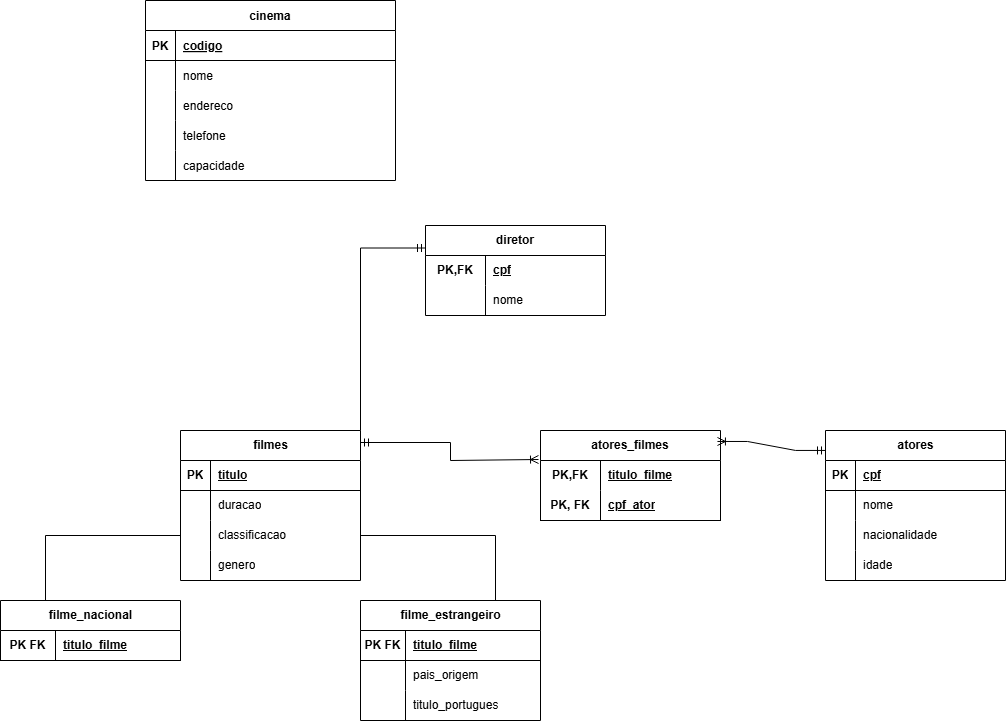
Above: cinema.drawio.png in NathanAzvdo/Atividade-Banco-de-dados (draw.io), before the change. Source tidied: cells renumbered, new cells last; positions are measured from the earlier drawing's top-left corner, leaving out a move shared by most shapes.
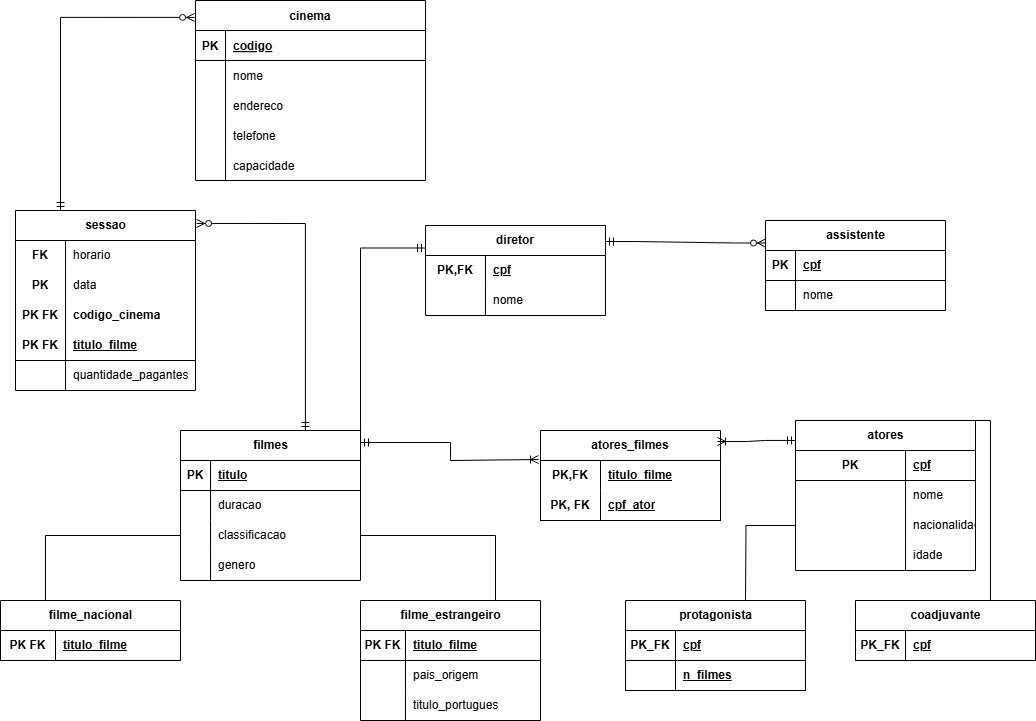
The same file after the commit.

Diff of the diagram source:
```diff
@@ -3,52 +3,52 @@
     <mxCell id="0" />
     <mxCell id="1" parent="0" />
     <mxCell id="2" value="cinema" style="shape=table;startSize=30;rowLines=0;fontStyle=1;align=center;" parent="1" vertex="1">
-      <mxGeometry x="145" width="250" height="180" as="geometry" />
+      <mxGeometry x="195" width="230" height="180" as="geometry" />
     </mxCell>
     <mxCell id="3" style="shape=partialRectangle;fillColor=none;top=0;left=0;right=0;bottom=1;" parent="2" vertex="1">
-      <mxGeometry y="30" width="250" height="30" as="geometry" />
+      <mxGeometry y="30" width="230" height="30" as="geometry" />
     </mxCell>
     <mxCell id="4" value="PK" style="shape=partialRectangle;overflow=hidden;fillColor=none;top=0;left=0;bottom=0;right=0;fontStyle=1;" parent="3" vertex="1">
       <mxGeometry width="30" height="30" as="geometry" />
     </mxCell>
     <mxCell id="5" value="codigo" style="shape=partialRectangle;overflow=hidden;fillColor=none;top=0;left=0;bottom=0;right=0;align=left;spacingLeft=6;fontStyle=5;" parent="3" vertex="1">
-      <mxGeometry x="30" width="220" height="30" as="geometry" />
+      <mxGeometry x="30" width="200" height="30" as="geometry" />
     </mxCell>
     <mxCell id="6" style="shape=partialRectangle;fillColor=none;top=0;left=0;right=0;bottom=0;" parent="2" vertex="1">
-      <mxGeometry y="60" width="250" height="30" as="geometry" />
+      <mxGeometry y="60" width="230" height="30" as="geometry" />
     </mxCell>
     <mxCell id="7" style="shape=partialRectangle;overflow=hidden;fillColor=none;top=0;left=0;bottom=0;right=0;" parent="6" vertex="1">
       <mxGeometry width="30" height="30" as="geometry" />
     </mxCell>
     <mxCell id="8" value="nome" style="shape=partialRectangle;overflow=hidden;fillColor=none;top=0;left=0;bottom=0;right=0;align=left;spacingLeft=6;" parent="6" vertex="1">
-      <mxGeometry x="30" width="220" height="30" as="geometry" />
+      <mxGeometry x="30" width="200" height="30" as="geometry" />
     </mxCell>
     <mxCell id="9" style="shape=partialRectangle;fillColor=none;top=0;left=0;right=0;bottom=0;" parent="2" vertex="1">
-      <mxGeometry y="90" width="250" height="30" as="geometry" />
+      <mxGeometry y="90" width="230" height="30" as="geometry" />
     </mxCell>
     <mxCell id="10" style="shape=partialRectangle;overflow=hidden;fillColor=none;top=0;left=0;bottom=0;right=0;" parent="9" vertex="1">
       <mxGeometry width="30" height="30" as="geometry" />
     </mxCell>
     <mxCell id="11" value="endereco" style="shape=partialRectangle;overflow=hidden;fillColor=none;top=0;left=0;bottom=0;right=0;align=left;spacingLeft=6;" parent="9" vertex="1">
-      <mxGeometry x="30" width="220" height="30" as="geometry" />
+      <mxGeometry x="30" width="200" height="30" as="geometry" />
     </mxCell>
     <mxCell id="12" style="shape=partialRectangle;fillColor=none;top=0;left=0;right=0;bottom=0;" parent="2" vertex="1">
-      <mxGeometry y="120" width="250" height="30" as="geometry" />
+      <mxGeometry y="120" width="230" height="30" as="geometry" />
     </mxCell>
     <mxCell id="13" style="shape=partialRectangle;overflow=hidden;fillColor=none;top=0;left=0;bottom=0;right=0;" parent="12" vertex="1">
       <mxGeometry width="30" height="30" as="geometry" />
     </mxCell>
     <mxCell id="14" value="telefone" style="shape=partialRectangle;overflow=hidden;fillColor=none;top=0;left=0;bottom=0;right=0;align=left;spacingLeft=6;" parent="12" vertex="1">
-      <mxGeometry x="30" width="220" height="30" as="geometry" />
+      <mxGeometry x="30" width="200" height="30" as="geometry" />
     </mxCell>
     <mxCell id="15" style="shape=partialRectangle;fillColor=none;top=0;left=0;right=0;bottom=0;" parent="2" vertex="1">
-      <mxGeometry y="150" width="250" height="30" as="geometry" />
+      <mxGeometry y="150" width="230" height="30" as="geometry" />
     </mxCell>
     <mxCell id="16" style="shape=partialRectangle;overflow=hidden;fillColor=none;top=0;left=0;bottom=0;right=0;" parent="15" vertex="1">
       <mxGeometry width="30" height="30" as="geometry" />
     </mxCell>
     <mxCell id="17" value="capacidade" style="shape=partialRectangle;overflow=hidden;fillColor=none;top=0;left=0;bottom=0;right=0;align=left;spacingLeft=6;" parent="15" vertex="1">
-      <mxGeometry x="30" width="220" height="30" as="geometry" />
+      <mxGeometry x="30" width="200" height="30" as="geometry" />
     </mxCell>
     <mxCell id="18" value="filmes" style="shape=table;startSize=30;rowLines=0;fontStyle=1;align=center;html=1;" parent="1" vertex="1">
       <mxGeometry x="180" y="430" width="180" height="150" as="geometry" />
@@ -138,43 +138,43 @@
       <mxGeometry x="45" width="135" height="30" as="geometry" />
     </mxCell>
     <mxCell id="47" value="atores" style="shape=table;startSize=30;rowLines=0;fontStyle=1;align=center;html=1;" parent="1" vertex="1">
-      <mxGeometry x="825" y="430" width="180" height="150" as="geometry" />
+      <mxGeometry x="795" y="420" width="180" height="150" as="geometry" />
     </mxCell>
     <mxCell id="48" style="shape=tableRow;horizontal=0;startSize=0;swimlaneHead=0;swimlaneBody=0;fillColor=none;top=0;left=0;right=0;bottom=1;" parent="47" vertex="1">
       <mxGeometry y="30" width="180" height="30" as="geometry" />
     </mxCell>
     <mxCell id="49" value="PK" style="shape=partialRectangle;fillColor=none;top=0;left=0;bottom=0;right=0;fontStyle=1;overflow=hidden;whiteSpace=wrap;html=1;" parent="48" vertex="1">
-      <mxGeometry width="30" height="30" as="geometry" />
+      <mxGeometry width="110" height="30" as="geometry" />
     </mxCell>
     <mxCell id="50" value="cpf" style="shape=partialRectangle;fillColor=none;top=0;left=0;bottom=0;right=0;align=left;spacingLeft=6;fontStyle=5;overflow=hidden;whiteSpace=wrap;html=1;" parent="48" vertex="1">
-      <mxGeometry x="30" width="150" height="30" as="geometry" />
+      <mxGeometry x="110" width="70" height="30" as="geometry" />
     </mxCell>
     <mxCell id="51" style="shape=tableRow;horizontal=0;startSize=0;swimlaneHead=0;swimlaneBody=0;fillColor=none;top=0;left=0;right=0;bottom=0;" parent="47" vertex="1">
       <mxGeometry y="60" width="180" height="30" as="geometry" />
     </mxCell>
     <mxCell id="52" style="shape=partialRectangle;fillColor=none;top=0;left=0;bottom=0;right=0;overflow=hidden;whiteSpace=wrap;html=1;" parent="51" vertex="1">
-      <mxGeometry width="30" height="30" as="geometry" />
+      <mxGeometry width="110" height="30" as="geometry" />
     </mxCell>
     <mxCell id="53" value="nome" style="shape=partialRectangle;fillColor=none;top=0;left=0;bottom=0;right=0;align=left;spacingLeft=6;overflow=hidden;whiteSpace=wrap;html=1;" parent="51" vertex="1">
-      <mxGeometry x="30" width="150" height="30" as="geometry" />
+      <mxGeometry x="110" width="70" height="30" as="geometry" />
     </mxCell>
     <mxCell id="54" style="shape=tableRow;horizontal=0;startSize=0;swimlaneHead=0;swimlaneBody=0;fillColor=none;points=[[0,0.5],[1,0.5]];portConstraint=eastwest;top=0;left=0;right=0;bottom=0;" parent="47" vertex="1">
       <mxGeometry y="90" width="180" height="30" as="geometry" />
     </mxCell>
     <mxCell id="55" style="shape=partialRectangle;fillColor=none;top=0;left=0;bottom=0;right=0;overflow=hidden;whiteSpace=wrap;html=1;" parent="54" vertex="1">
-      <mxGeometry width="30" height="30" as="geometry" />
+      <mxGeometry width="110" height="30" as="geometry" />
     </mxCell>
     <mxCell id="56" value="nacionalidade" style="shape=partialRectangle;fillColor=none;top=0;left=0;bottom=0;right=0;align=left;spacingLeft=6;overflow=hidden;whiteSpace=wrap;html=1;" parent="54" vertex="1">
-      <mxGeometry x="30" width="150" height="30" as="geometry" />
+      <mxGeometry x="110" width="70" height="30" as="geometry" />
     </mxCell>
     <mxCell id="57" style="shape=tableRow;horizontal=0;startSize=0;swimlaneHead=0;swimlaneBody=0;fillColor=none;top=0;left=0;right=0;bottom=0;" parent="47" vertex="1">
       <mxGeometry y="120" width="180" height="30" as="geometry" />
     </mxCell>
     <mxCell id="58" style="shape=partialRectangle;fillColor=none;top=0;left=0;bottom=0;right=0;overflow=hidden;whiteSpace=wrap;html=1;" parent="57" vertex="1">
-      <mxGeometry width="30" height="30" as="geometry" />
+      <mxGeometry width="110" height="30" as="geometry" />
     </mxCell>
     <mxCell id="59" value="idade" style="shape=partialRectangle;fillColor=none;top=0;left=0;bottom=0;right=0;align=left;spacingLeft=6;overflow=hidden;whiteSpace=wrap;html=1;" parent="57" vertex="1">
-      <mxGeometry x="30" width="150" height="30" as="geometry" />
+      <mxGeometry x="110" width="70" height="30" as="geometry" />
     </mxCell>
     <mxCell id="60" value="atores_filmes" style="shape=table;startSize=30;rowLines=0;fontStyle=1;align=center;html=1;whiteSpace=wrap;" parent="1" vertex="1">
       <mxGeometry x="540" y="430" width="180" height="90" as="geometry" />
@@ -232,5 +232,136 @@
     <mxCell id="76" style="edgeStyle=orthogonalEdgeStyle;fontSize=12;html=1;endArrow=ERmandOne;rounded=0;entryX=0;entryY=0.25;entryDx=0;entryDy=0;exitX=1;exitY=0;exitDx=0;exitDy=0;" parent="1" edge="1" source="18" target="69">
       <mxGeometry relative="1" as="geometry" />
     </mxCell>
+    <mxCell id="77" value="assistente" style="shape=table;startSize=30;rowLines=0;fontStyle=1;align=center;html=1;" parent="1" vertex="1">
+      <mxGeometry x="765" y="220" width="180" height="90" as="geometry" />
+    </mxCell>
+    <mxCell id="78" style="shape=tableRow;horizontal=0;startSize=0;swimlaneHead=0;swimlaneBody=0;fillColor=none;top=0;left=0;right=0;bottom=1;" parent="77" vertex="1">
+      <mxGeometry y="30" width="180" height="30" as="geometry" />
+    </mxCell>
+    <mxCell id="79" value="PK" style="shape=partialRectangle;fillColor=none;top=0;left=0;bottom=0;right=0;fontStyle=1;overflow=hidden;whiteSpace=wrap;html=1;" parent="78" vertex="1">
+      <mxGeometry width="30" height="30" as="geometry" />
+    </mxCell>
+    <mxCell id="80" value="cpf" style="shape=partialRectangle;fillColor=none;top=0;left=0;bottom=0;right=0;align=left;spacingLeft=6;fontStyle=5;overflow=hidden;whiteSpace=wrap;html=1;" parent="78" vertex="1">
+      <mxGeometry x="30" width="150" height="30" as="geometry" />
+    </mxCell>
+    <mxCell id="81" style="shape=tableRow;horizontal=0;startSize=0;swimlaneHead=0;swimlaneBody=0;fillColor=none;top=0;left=0;right=0;bottom=0;" parent="77" vertex="1">
+      <mxGeometry y="60" width="180" height="30" as="geometry" />
+    </mxCell>
+    <mxCell id="82" style="shape=partialRectangle;fillColor=none;top=0;left=0;bottom=0;right=0;overflow=hidden;whiteSpace=wrap;html=1;" parent="81" vertex="1">
+      <mxGeometry width="30" height="30" as="geometry" />
+    </mxCell>
+    <mxCell id="83" value="nome" style="shape=partialRectangle;fillColor=none;top=0;left=0;bottom=0;right=0;align=left;spacingLeft=6;overflow=hidden;whiteSpace=wrap;html=1;" parent="81" vertex="1">
+      <mxGeometry x="30" width="150" height="30" as="geometry" />
+    </mxCell>
+    <mxCell id="84" style="edgeStyle=entityRelationEdgeStyle;fontSize=12;html=1;endArrow=ERzeroToMany;startArrow=ERmandOne;rounded=0;exitX=1;exitY=0.178;exitDx=0;exitDy=0;exitPerimeter=0;entryX=0;entryY=0.25;entryDx=0;entryDy=0;" parent="1" edge="1" source="69" target="77">
+      <mxGeometry relative="1" as="geometry" />
+    </mxCell>
+    <mxCell id="85" value="sessao" style="shape=table;startSize=30;rowLines=0;fontStyle=1;align=center;html=1;" parent="1" vertex="1">
+      <mxGeometry x="15" y="210" width="180" height="180" as="geometry" />
+    </mxCell>
+    <mxCell id="86" style="shape=tableRow;horizontal=0;startSize=0;swimlaneHead=0;swimlaneBody=0;fillColor=none;top=0;left=0;right=0;bottom=0;" parent="85" vertex="1">
+      <mxGeometry y="30" width="180" height="30" as="geometry" />
+    </mxCell>
+    <mxCell id="87" value="FK" style="shape=partialRectangle;fillColor=none;top=0;left=0;bottom=0;right=0;fontStyle=1;overflow=hidden;whiteSpace=wrap;html=1;" parent="86" vertex="1">
+      <mxGeometry width="50" height="30" as="geometry" />
+    </mxCell>
+    <mxCell id="88" value="horario" style="shape=partialRectangle;fillColor=none;top=0;left=0;bottom=0;right=0;align=left;spacingLeft=6;fontStyle=0;overflow=hidden;whiteSpace=wrap;html=1;" parent="86" vertex="1">
+      <mxGeometry x="50" width="130" height="30" as="geometry" />
+    </mxCell>
+    <mxCell id="89" style="shape=tableRow;horizontal=0;startSize=0;swimlaneHead=0;swimlaneBody=0;fillColor=none;top=0;left=0;right=0;bottom=0;" parent="85" vertex="1">
+      <mxGeometry y="60" width="180" height="30" as="geometry" />
+    </mxCell>
+    <mxCell id="90" value="PK" style="shape=partialRectangle;fillColor=none;top=0;left=0;bottom=0;right=0;fontStyle=1;overflow=hidden;whiteSpace=wrap;html=1;" parent="89" vertex="1">
+      <mxGeometry width="50" height="30" as="geometry" />
+    </mxCell>
+    <mxCell id="91" value="data" style="shape=partialRectangle;fillColor=none;top=0;left=0;bottom=0;right=0;align=left;spacingLeft=6;fontStyle=0;overflow=hidden;whiteSpace=wrap;html=1;" parent="89" vertex="1">
+      <mxGeometry x="50" width="130" height="30" as="geometry" />
+    </mxCell>
+    <mxCell id="92" style="shape=tableRow;horizontal=0;startSize=0;swimlaneHead=0;swimlaneBody=0;fillColor=none;top=0;left=0;right=0;bottom=0;" parent="85" vertex="1">
+      <mxGeometry y="90" width="180" height="30" as="geometry" />
+    </mxCell>
+    <mxCell id="93" value="PK FK" style="shape=partialRectangle;fillColor=none;top=0;left=0;bottom=0;right=0;fontStyle=1;overflow=hidden;whiteSpace=wrap;html=1;" parent="92" vertex="1">
+      <mxGeometry width="50" height="30" as="geometry" />
+    </mxCell>
+    <mxCell id="94" value="codigo_cinema" style="shape=partialRectangle;fillColor=none;top=0;left=0;bottom=0;right=0;align=left;spacingLeft=6;fontStyle=1;overflow=hidden;whiteSpace=wrap;html=1;" parent="92" vertex="1">
+      <mxGeometry x="50" width="130" height="30" as="geometry" />
+    </mxCell>
+    <mxCell id="95" style="shape=tableRow;horizontal=0;startSize=0;swimlaneHead=0;swimlaneBody=0;fillColor=none;top=0;left=0;right=0;bottom=1;" parent="85" vertex="1">
+      <mxGeometry y="120" width="180" height="30" as="geometry" />
+    </mxCell>
+    <mxCell id="96" value="PK FK" style="shape=partialRectangle;fillColor=none;top=0;left=0;bottom=0;right=0;fontStyle=1;overflow=hidden;whiteSpace=wrap;html=1;" parent="95" vertex="1">
+      <mxGeometry width="50" height="30" as="geometry" />
+    </mxCell>
+    <mxCell id="97" value="titulo_filme" style="shape=partialRectangle;fillColor=none;top=0;left=0;bottom=0;right=0;align=left;spacingLeft=6;fontStyle=5;overflow=hidden;whiteSpace=wrap;html=1;" parent="95" vertex="1">
+      <mxGeometry x="50" width="130" height="30" as="geometry" />
+    </mxCell>
+    <mxCell id="98" style="shape=tableRow;horizontal=0;startSize=0;swimlaneHead=0;swimlaneBody=0;fillColor=none;top=0;left=0;right=0;bottom=0;" parent="85" vertex="1">
+      <mxGeometry y="150" width="180" height="30" as="geometry" />
+    </mxCell>
+    <mxCell id="99" style="shape=partialRectangle;fillColor=none;top=0;left=0;bottom=0;right=0;overflow=hidden;whiteSpace=wrap;html=1;" parent="98" vertex="1">
+      <mxGeometry width="50" height="30" as="geometry" />
+    </mxCell>
+    <mxCell id="100" value="quantidade_pagantes" style="shape=partialRectangle;fillColor=none;top=0;left=0;bottom=0;right=0;align=left;spacingLeft=6;overflow=hidden;whiteSpace=wrap;html=1;" parent="98" vertex="1">
+      <mxGeometry x="50" width="130" height="30" as="geometry" />
+    </mxCell>
+    <mxCell id="101" style="fontSize=12;html=1;endArrow=ERzeroToMany;startArrow=ERmandOne;rounded=0;exitX=0.694;exitY=0;exitDx=0;exitDy=0;exitPerimeter=0;entryX=1.006;entryY=0.072;entryDx=0;entryDy=0;entryPerimeter=0;edgeStyle=orthogonalEdgeStyle;" parent="1" edge="1" source="18" target="85">
+      <mxGeometry relative="1" as="geometry">
+        <Array as="points">
+          <mxPoint x="305" y="223" />
+        </Array>
+      </mxGeometry>
+    </mxCell>
+    <mxCell id="102" style="fontSize=12;html=1;endArrow=ERzeroToMany;startArrow=ERmandOne;rounded=0;exitX=0.25;exitY=0;exitDx=0;exitDy=0;entryX=-0.004;entryY=0.094;entryDx=0;entryDy=0;entryPerimeter=0;edgeStyle=orthogonalEdgeStyle;" parent="1" edge="1" source="85" target="2">
+      <mxGeometry relative="1" as="geometry">
+        <Array as="points">
+          <mxPoint x="60" y="17" />
+        </Array>
+      </mxGeometry>
+    </mxCell>
+    <mxCell id="103" value="protagonista" style="shape=table;startSize=30;rowLines=0;fontStyle=1;align=center;html=1;" parent="1" vertex="1">
+      <mxGeometry x="625" y="600" width="180" height="90" as="geometry" />
+    </mxCell>
+    <mxCell id="104" style="shape=tableRow;horizontal=0;startSize=0;swimlaneHead=0;swimlaneBody=0;fillColor=none;top=0;left=0;right=0;bottom=1;" parent="103" vertex="1">
+      <mxGeometry y="30" width="180" height="30" as="geometry" />
+    </mxCell>
+    <mxCell id="105" value="PK_FK" style="shape=partialRectangle;fillColor=none;top=0;left=0;bottom=0;right=0;fontStyle=1;overflow=hidden;whiteSpace=wrap;html=1;" parent="104" vertex="1">
+      <mxGeometry width="50" height="30" as="geometry" />
+    </mxCell>
+    <mxCell id="106" value="cpf" style="shape=partialRectangle;fillColor=none;top=0;left=0;bottom=0;right=0;align=left;spacingLeft=6;fontStyle=5;overflow=hidden;whiteSpace=wrap;html=1;" parent="104" vertex="1">
+      <mxGeometry x="50" width="130" height="30" as="geometry" />
+    </mxCell>
+    <mxCell id="107" style="shape=tableRow;horizontal=0;startSize=0;swimlaneHead=0;swimlaneBody=0;fillColor=none;top=0;left=0;right=0;bottom=1;" parent="103" vertex="1">
+      <mxGeometry y="60" width="180" height="30" as="geometry" />
+    </mxCell>
+    <mxCell id="108" style="shape=partialRectangle;fillColor=none;top=0;left=0;bottom=0;right=0;fontStyle=1;overflow=hidden;whiteSpace=wrap;html=1;" parent="107" vertex="1">
+      <mxGeometry width="50" height="30" as="geometry" />
+    </mxCell>
+    <mxCell id="109" value="n_filmes" style="shape=partialRectangle;fillColor=none;top=0;left=0;bottom=0;right=0;align=left;spacingLeft=6;fontStyle=5;overflow=hidden;whiteSpace=wrap;html=1;" parent="107" vertex="1">
+      <mxGeometry x="50" width="130" height="30" as="geometry" />
+    </mxCell>
+    <mxCell id="110" value="coadjuvante" style="shape=table;startSize=30;rowLines=0;fontStyle=1;align=center;html=1;" parent="1" vertex="1">
+      <mxGeometry x="855" y="600" width="180" height="60" as="geometry" />
+    </mxCell>
+    <mxCell id="111" style="shape=tableRow;horizontal=0;startSize=0;swimlaneHead=0;swimlaneBody=0;fillColor=none;top=0;left=0;right=0;bottom=1;" parent="110" vertex="1">
+      <mxGeometry y="30" width="180" height="30" as="geometry" />
+    </mxCell>
+    <mxCell id="112" value="PK_FK" style="shape=partialRectangle;fillColor=none;top=0;left=0;bottom=0;right=0;fontStyle=1;overflow=hidden;whiteSpace=wrap;html=1;" parent="111" vertex="1">
+      <mxGeometry width="50" height="30" as="geometry" />
+    </mxCell>
+    <mxCell id="113" value="cpf" style="shape=partialRectangle;fillColor=none;top=0;left=0;bottom=0;right=0;align=left;spacingLeft=6;fontStyle=5;overflow=hidden;whiteSpace=wrap;html=1;" parent="111" vertex="1">
+      <mxGeometry x="50" width="130" height="30" as="geometry" />
+    </mxCell>
+    <mxCell id="114" style="endArrow=none;html=1;rounded=0;exitX=1;exitY=0;exitDx=0;exitDy=0;entryX=0.75;entryY=0;entryDx=0;entryDy=0;edgeStyle=orthogonalEdgeStyle;" parent="1" edge="1" source="47" target="110">
+      <mxGeometry relative="1" as="geometry">
+        <Array as="points">
+          <mxPoint x="990" y="420" />
+        </Array>
+      </mxGeometry>
+    </mxCell>
+    <mxCell id="115" style="endArrow=none;html=1;rounded=0;entryX=0;entryY=0.5;entryDx=0;entryDy=0;edgeStyle=orthogonalEdgeStyle;" parent="1" edge="1" target="54">
+      <mxGeometry relative="1" as="geometry">
+        <mxPoint x="745" y="600" as="sourcePoint" />
+      </mxGeometry>
+    </mxCell>
   </root>
 </mxGraphModel>
```
